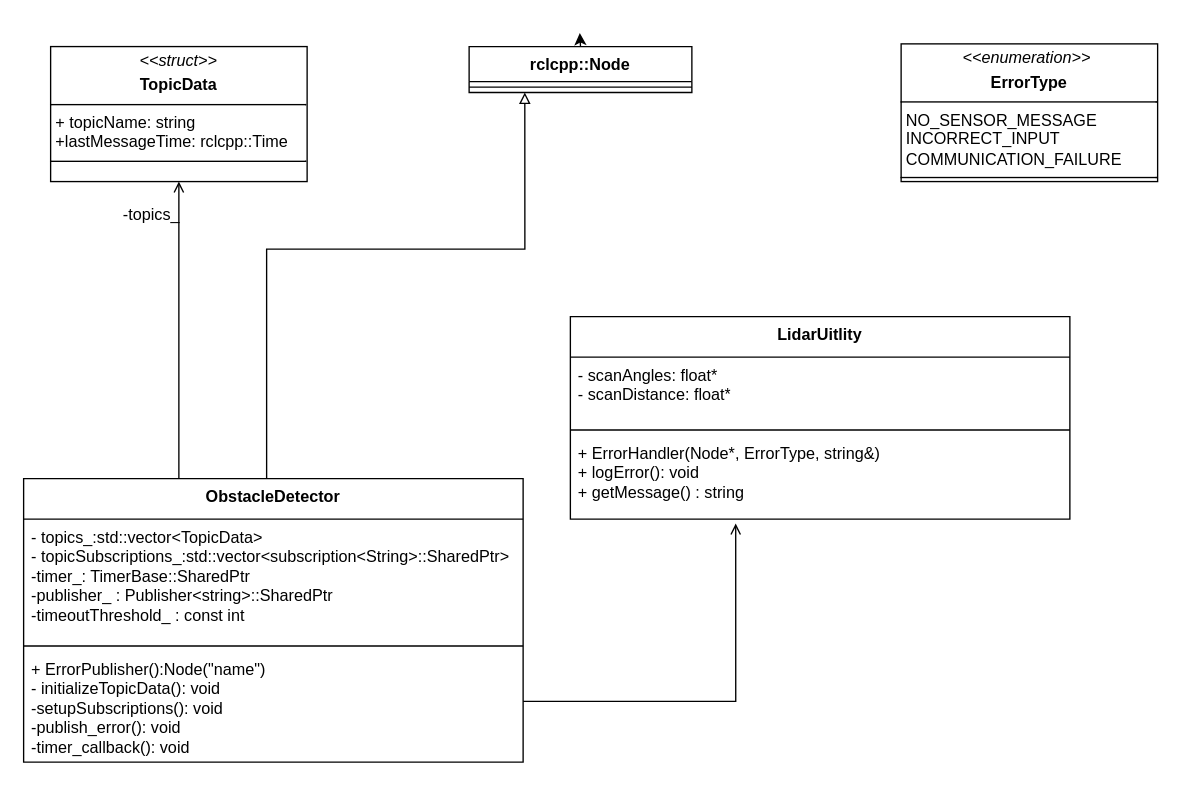
This is Diagrams/UML/obstacle uml.drawio from mekuro9/PWAO-CSU, a draw.io file, before an edit. Source tidied: cells renumbered, new cells numbered last; positions are measured from the earlier drawing's top-left corner, leaving out a move shared by most shapes. Both pictures are drawn from the tidied source at 135%, with x=0, y=0 at pixel (23, 32).
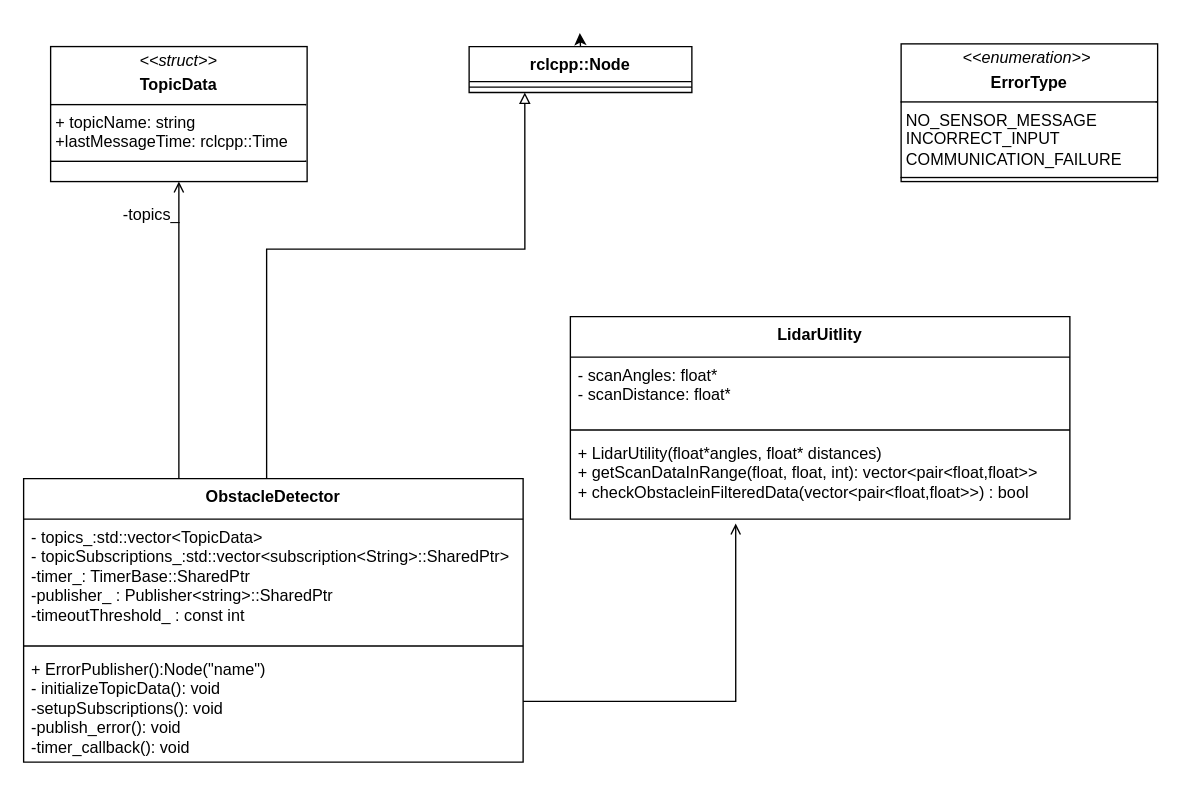
The same page after the edit.

Unchanged cells that the change refers to:
```xml
<mxCell id="5" value="LidarUitlity" style="swimlane;fontStyle=1;align=center;verticalAlign=top;horizontal=1;startSize=30;whiteSpace=wrap;html=1;" parent="1" vertex="1">
  <mxGeometry x="405" y="210" width="370" height="150" as="geometry" />
</mxCell>
```

The edit, as a diff of the source:
```diff
@@
-    <mxCell id="8" value="&lt;div&gt;+ ErrorHandler(Node*, ErrorType, string&amp;amp;)&lt;br&gt;&lt;/div&gt;&lt;div&gt;+ logError(): void&lt;/div&gt;&lt;div&gt;+ getMessage() : string&lt;br&gt;&lt;/div&gt;" style="text;strokeColor=none;fillColor=none;align=left;verticalAlign=top;spacingLeft=4;spacingRight=4;overflow=hidden;points=[[0,0.5],[1,0.5]];portConstraint=eastwest;whiteSpace=wrap;html=1;" parent="5" vertex="1">
+    <mxCell id="8" value="&lt;div&gt;+ LidarUtility(float*angles, float* distances)&lt;br&gt;&lt;/div&gt;&lt;div&gt;+ getScanDataInRange(float, float, int): vector&amp;lt;pair&amp;lt;float,float&amp;gt;&amp;gt;&lt;br&gt;&lt;/div&gt;&lt;div&gt;+ checkObstacleinFilteredData(vector&amp;lt;pair&amp;lt;float,float&amp;gt;&amp;gt;) : bool&lt;br&gt;&lt;/div&gt;" style="text;strokeColor=none;fillColor=none;align=left;verticalAlign=top;spacingLeft=4;spacingRight=4;overflow=hidden;points=[[0,0.5],[1,0.5]];portConstraint=eastwest;whiteSpace=wrap;html=1;" parent="5" vertex="1">
       <mxGeometry y="88" width="370" height="62" as="geometry" />
     </mxCell>
```
